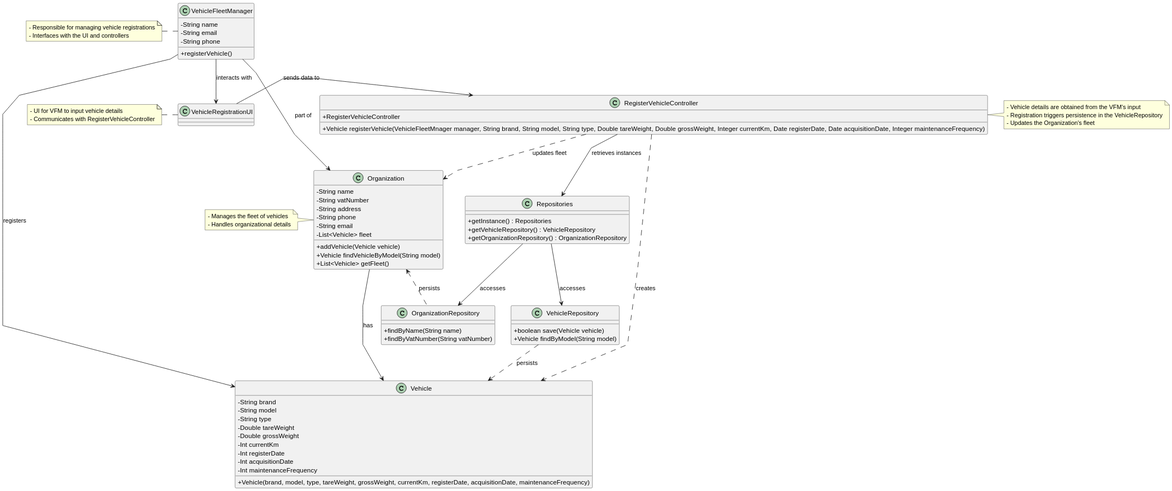
The PlantUML diagram docs/sprint2/us006/03.design/svg/us006-class-diagram.svg in tiagosoa/lei-24-s2-1dgh-g073, before a commit. The source it was exported from:
```plantuml
@startuml
skinparam packageStyle rectangle
skinparam shadowing false
skinparam linetype polyline
skinparam classAttributeIconSize 0

class VehicleFleetManager {
  - String name
  - String email
  - String phone
  + registerVehicle()
}

class Vehicle {
  - String brand
  - String model
  - String type
  - Double tareWeight
  - Double grossWeight
  - Int currentKm
  - Int registerDate
  - Int acquisitionDate
  - Int maintenanceFrequency
  + Vehicle(brand, model, type, tareWeight, grossWeight, currentKm, registerDate, acquisitionDate, maintenanceFrequency)
}

class VehicleRepository {
  + boolean save(Vehicle vehicle)
  + Vehicle findByModel(String model)
}

class Organization {
  - String name
  - String vatNumber
  - String address
  - String phone
  - String email
  - List<Vehicle> fleet
  + addVehicle(Vehicle vehicle)
  + Vehicle findVehicleByModel(String model)
  + List<Vehicle> getFleet()
}

class OrganizationRepository {
  + findByName(String name)
  + findByVatNumber(String vatNumber)
}

class Repositories {
  + getInstance() : Repositories
  + getVehicleRepository() : VehicleRepository
  + getOrganizationRepository() : OrganizationRepository
}

class RegisterVehicleController {
  + RegisterVehicleController
  + Vehicle registerVehicle(VehicleFleetMnager manager, String brand, String model, String type, Double tareWeight, Double grossWeight, Integer currentKm, Date registerDate, Date acquisitionDate, Integer maintenanceFrequency)
}

class VehicleRegistrationUI {

}

note right of RegisterVehicleController
  - Vehicle details are obtained from the VFM's input
  - Registration triggers persistence in the VehicleRepository
  - Updates the Organization's fleet
end note

note left of VehicleRegistrationUI
  - UI for VFM to input vehicle details
  - Communicates with RegisterVehicleController
end note

note left of Organization
  - Manages the fleet of vehicles
  - Handles organizational details
end note

note left of VehicleFleetManager
  - Responsible for managing vehicle registrations
  - Interfaces with the UI and controllers
end note

VehicleFleetManager -down-> VehicleRegistrationUI : interacts with
VehicleRegistrationUI -right-> RegisterVehicleController : sends data to
RegisterVehicleController -down-> Repositories : retrieves instances
Repositories -down-> VehicleRepository : accesses
Repositories -down-> OrganizationRepository : accesses
Organization -right-> Vehicle : has
OrganizationRepository .left.> Organization : persists

VehicleFleetManager -down-> Organization : part of
VehicleFleetManager -down-> Vehicle : registers

VehicleRepository ..> Vehicle : persists
RegisterVehicleController ..> Vehicle : creates
RegisterVehicleController ..> Organization : updates fleet
@enduml
```
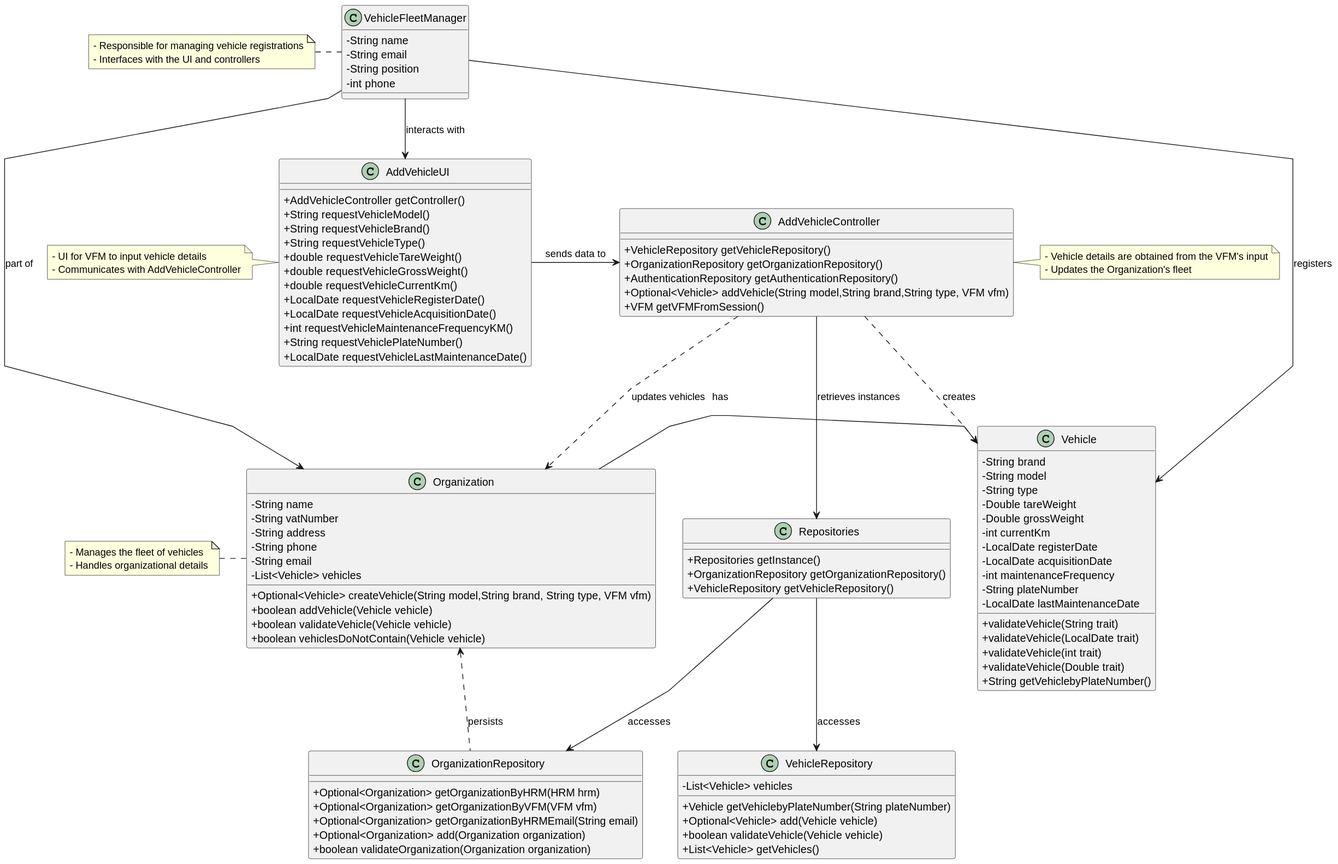
Above is the later version.

Change to the diagram source:
```diff
@@ -7,8 +7,8 @@
 class VehicleFleetManager {
   - String name
   - String email
-  - String phone
-  + registerVehicle()
+  - String position
+  - int phone
 }
 
 class Vehicle {
@@ -17,17 +17,19 @@
   - String type
   - Double tareWeight
   - Double grossWeight
-  - Int currentKm
-  - Int registerDate
-  - Int acquisitionDate
-  - Int maintenanceFrequency
-  + Vehicle(brand, model, type, tareWeight, grossWeight, currentKm, registerDate, acquisitionDate, maintenanceFrequency)
+  - int currentKm
+  - LocalDate registerDate
+  - LocalDate acquisitionDate
+  - int maintenanceFrequency
+  - String plateNumber
+  - LocalDate lastMaintenanceDate
+  + validateVehicle(String trait)
+  + validateVehicle(LocalDate trait)
+  + validateVehicle(int trait)
+  + validateVehicle(Double trait)
+  + String getVehiclebyPlateNumber()
 }
 
-class VehicleRepository {
-  + boolean save(Vehicle vehicle)
-  + Vehicle findByModel(String model)
-}
 
 class Organization {
   - String name
@@ -35,41 +37,66 @@
   - String address
   - String phone
   - String email
-  - List<Vehicle> fleet
-  + addVehicle(Vehicle vehicle)
-  + Vehicle findVehicleByModel(String model)
-  + List<Vehicle> getFleet()
+  - List<Vehicle> vehicles
+  + Optional<Vehicle> createVehicle(String model,String brand, String type, VFM vfm)
+  + boolean addVehicle(Vehicle vehicle)
+  + boolean validateVehicle(Vehicle vehicle)
+  + boolean vehiclesDoNotContain(Vehicle vehicle)
 }
 
 class OrganizationRepository {
-  + findByName(String name)
-  + findByVatNumber(String vatNumber)
+  + Optional<Organization> getOrganizationByHRM(HRM hrm)
+  + Optional<Organization> getOrganizationByVFM(VFM vfm)
+  + Optional<Organization> getOrganizationByHRMEmail(String email)
+  + Optional<Organization> add(Organization organization)
+  + boolean validateOrganization(Organization organization)
 }
 
 class Repositories {
-  + getInstance() : Repositories
-  + getVehicleRepository() : VehicleRepository
-  + getOrganizationRepository() : OrganizationRepository
+  + Repositories getInstance()
+  + OrganizationRepository getOrganizationRepository()
+  + VehicleRepository getVehicleRepository()
 }
 
-class RegisterVehicleController {
-  + RegisterVehicleController
-  + Vehicle registerVehicle(VehicleFleetMnager manager, String brand, String model, String type, Double tareWeight, Double grossWeight, Integer currentKm, Date registerDate, Date acquisitionDate, Integer maintenanceFrequency)
+class AddVehicleController {
+  + VehicleRepository getVehicleRepository()
+  + OrganizationRepository getOrganizationRepository()
+  + AuthenticationRepository getAuthenticationRepository()
+  + Optional<Vehicle> addVehicle(String model,String brand,String type, VFM vfm)
+  + VFM getVFMFromSession()
 }
 
-class VehicleRegistrationUI {
-
+class AddVehicleUI {
+  + AddVehicleController getController()
+  + String requestVehicleModel()
+  + String requestVehicleBrand()
+  + String requestVehicleType()
+  + double requestVehicleTareWeight()
+  + double requestVehicleGrossWeight()
+  + double requestVehicleCurrentKm()
+  + LocalDate requestVehicleRegisterDate()
+  + LocalDate requestVehicleAcquisitionDate()
+  + int requestVehicleMaintenanceFrequencyKM()
+  + String requestVehiclePlateNumber()
+  + LocalDate requestVehicleLastMaintenanceDate()
 }
 
-note right of RegisterVehicleController
+class VehicleRepository {
+  - List<Vehicle> vehicles
+  + Vehicle getVehiclebyPlateNumber(String plateNumber)
+  + Optional<Vehicle> add(Vehicle vehicle)
+  + boolean validateVehicle(Vehicle vehicle)
+  + List<Vehicle> getVehicles()
+}
+
+note right of AddVehicleController
   - Vehicle details are obtained from the VFM's input
-  - Registration triggers persistence in the VehicleRepository
   - Updates the Organization's fleet
 end note
 
-note left of VehicleRegistrationUI
+note left of AddVehicleUI
   - UI for VFM to input vehicle details
-  - Communicates with RegisterVehicleController
+  - Communicates with AddVehicleController
 end note
 
 note left of Organization
@@ -82,18 +109,17 @@
   - Interfaces with the UI and controllers
 end note
 
-VehicleFleetManager -down-> VehicleRegistrationUI : interacts with
-VehicleRegistrationUI -right-> RegisterVehicleController : sends data to
-RegisterVehicleController -down-> Repositories : retrieves instances
-Repositories -down-> VehicleRepository : accesses
+VehicleFleetManager -down-> AddVehicleUI : interacts with
+AddVehicleUI -right-> AddVehicleController : sends data to
+AddVehicleController -down-> Repositories : retrieves instances
 Repositories -down-> OrganizationRepository : accesses
 Organization -right-> Vehicle : has
 OrganizationRepository .left.> Organization : persists
+Repositories -down-> VehicleRepository : accesses
 
 VehicleFleetManager -down-> Organization : part of
 VehicleFleetManager -down-> Vehicle : registers
 
-VehicleRepository ..> Vehicle : persists
-RegisterVehicleController ..> Vehicle : creates
-RegisterVehicleController ..> Organization : updates fleet
+AddVehicleController ..> Vehicle : creates
+AddVehicleController ..> Organization : updates vehicles
 @enduml
```
